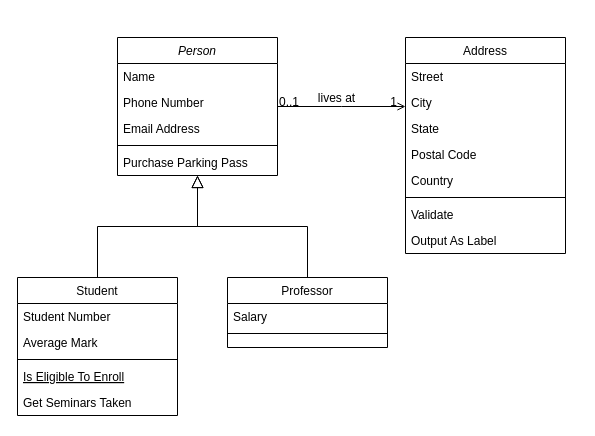
The draw.io diagram Diagramme sans nom.drawio in rosalorca/Pay-My-Buddy, before the edit. Source tidied: cells renumbered, new cells numbered last; positions are measured from the earlier drawing's top-left corner, leaving out a move shared by most shapes. Both pictures are drawn from the tidied source at 100%, with x=0, y=0 at pixel (17, 37).
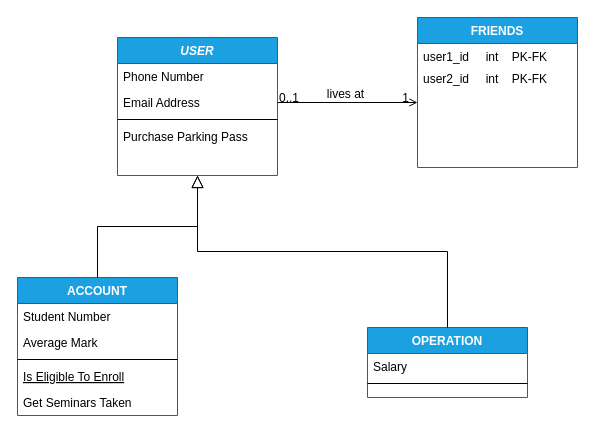
Above is the later version.

Commit message (it also covers changes not shown here):
Mettre à jour Diagramme sans nom.drawio

The edit, as a diff of the source:
```diff
@@
-    <mxCell id="2" value="Person" style="swimlane;fontStyle=2;align=center;verticalAlign=top;horizontal=1;startSize=26;rounded=0;shadow=0;strokeWidth=1;" parent="1" vertex="1">
+    <mxCell id="2" value="USER" style="swimlane;fontStyle=3;align=center;verticalAlign=top;horizontal=1;startSize=26;rounded=0;shadow=0;strokeWidth=1;fillColor=#1ba1e2;fontColor=#ffffff;strokeColor=#006EAF;" parent="1" vertex="1">
       <mxGeometry x="100" width="160" height="138" as="geometry" />
     </mxCell>
-    <mxCell id="3" value="Name" style="text;align=left;verticalAlign=top;spacingLeft=4;spacingRight=4;overflow=hidden;" parent="2" vertex="1">
-      <mxGeometry y="26" width="160" height="26" as="geometry" />
-    </mxCell>
     <mxCell id="4" value="Phone Number" style="text;align=left;verticalAlign=top;spacingLeft=4;spacingRight=4;overflow=hidden;rounded=0;shadow=0;html=0;" parent="2" vertex="1">
-      <mxGeometry y="52" width="160" height="26" as="geometry" />
+      <mxGeometry y="26" width="160" height="26" as="geometry" />
     </mxCell>
     <mxCell id="5" value="Email Address" style="text;align=left;verticalAlign=top;spacingLeft=4;spacingRight=4;overflow=hidden;rounded=0;shadow=0;html=0;" parent="2" vertex="1">
-      <mxGeometry y="78" width="160" height="26" as="geometry" />
+      <mxGeometry y="52" width="160" height="26" as="geometry" />
     </mxCell>
     <mxCell id="6" style="line;html=1;strokeWidth=1;align=left;verticalAlign=middle;spacingTop=-1;spacingLeft=3;spacingRight=3;labelPosition=right;" parent="2" vertex="1">
-      <mxGeometry y="104" width="160" height="8" as="geometry" />
+      <mxGeometry y="78" width="160" height="8" as="geometry" />
     </mxCell>
     <mxCell id="7" value="Purchase Parking Pass" style="text;align=left;verticalAlign=top;spacingLeft=4;spacingRight=4;overflow=hidden;" parent="2" vertex="1">
-      <mxGeometry y="112" width="160" height="26" as="geometry" />
+      <mxGeometry y="86" width="160" height="26" as="geometry" />
     </mxCell>
-    <mxCell id="8" value="Student" style="swimlane;fontStyle=0;align=center;verticalAlign=top;horizontal=1;startSize=26;rounded=0;shadow=0;strokeWidth=1;" parent="1" vertex="1">
+    <mxCell id="8" value="ACCOUNT" style="swimlane;fontStyle=1;align=center;verticalAlign=top;horizontal=1;startSize=26;rounded=0;shadow=0;strokeWidth=1;fillColor=#1ba1e2;fontColor=#ffffff;strokeColor=#006EAF;" parent="1" vertex="1">
       <mxGeometry y="240" width="160" height="138" as="geometry" />
     </mxCell>
@@
-    <mxCell id="15" value="Professor" style="swimlane;fontStyle=0;align=center;verticalAlign=top;horizontal=1;startSize=26;rounded=0;shadow=0;strokeWidth=1;" parent="1" vertex="1">
-      <mxGeometry x="210" y="240" width="160" height="70" as="geometry" />
+    <mxCell id="15" value="OPERATION" style="swimlane;fontStyle=1;align=center;verticalAlign=top;horizontal=1;startSize=26;rounded=0;shadow=0;strokeWidth=1;fillColor=#1ba1e2;fontColor=#ffffff;strokeColor=#006EAF;" parent="1" vertex="1">
+      <mxGeometry x="350" y="290" width="160" height="70" as="geometry" />
     </mxCell>
@@
-    <mxCell id="19" value="Address" style="swimlane;fontStyle=0;align=center;verticalAlign=top;horizontal=1;startSize=26;rounded=0;shadow=0;strokeWidth=1;" parent="1" vertex="1">
-      <mxGeometry x="388" width="160" height="216" as="geometry" />
+    <mxCell id="19" value="FRIENDS" style="swimlane;fontStyle=1;align=center;verticalAlign=top;horizontal=1;startSize=26;rounded=0;shadow=0;strokeWidth=1;fillColor=#1ba1e2;fontColor=#ffffff;strokeColor=#006EAF;" parent="1" vertex="1">
+      <mxGeometry x="400" y="-20" width="160" height="150" as="geometry" />
     </mxCell>
-    <mxCell id="20" value="Street" style="text;align=left;verticalAlign=top;spacingLeft=4;spacingRight=4;overflow=hidden;" parent="19" vertex="1">
-      <mxGeometry y="26" width="160" height="26" as="geometry" />
+    <mxCell id="20" value="user1_id     int    PK-FK" style="text;align=left;verticalAlign=top;spacingLeft=4;spacingRight=4;overflow=hidden;" parent="19" vertex="1">
+      <mxGeometry y="26" width="160" height="22" as="geometry" />
     </mxCell>
-    <mxCell id="21" value="City" style="text;align=left;verticalAlign=top;spacingLeft=4;spacingRight=4;overflow=hidden;rounded=0;shadow=0;html=0;" parent="19" vertex="1">
-      <mxGeometry y="52" width="160" height="26" as="geometry" />
-    </mxCell>
-    <mxCell id="22" value="State" style="text;align=left;verticalAlign=top;spacingLeft=4;spacingRight=4;overflow=hidden;rounded=0;shadow=0;html=0;" parent="19" vertex="1">
-      <mxGeometry y="78" width="160" height="26" as="geometry" />
-    </mxCell>
-    <mxCell id="23" value="Postal Code" style="text;align=left;verticalAlign=top;spacingLeft=4;spacingRight=4;overflow=hidden;rounded=0;shadow=0;html=0;" parent="19" vertex="1">
-      <mxGeometry y="104" width="160" height="26" as="geometry" />
-    </mxCell>
-    <mxCell id="24" value="Country" style="text;align=left;verticalAlign=top;spacingLeft=4;spacingRight=4;overflow=hidden;rounded=0;shadow=0;html=0;" parent="19" vertex="1">
-      <mxGeometry y="130" width="160" height="26" as="geometry" />
-    </mxCell>
-    <mxCell id="25" style="line;html=1;strokeWidth=1;align=left;verticalAlign=middle;spacingTop=-1;spacingLeft=3;spacingRight=3;labelPosition=right;" parent="19" vertex="1">
-      <mxGeometry y="156" width="160" height="8" as="geometry" />
-    </mxCell>
-    <mxCell id="26" value="Validate" style="text;align=left;verticalAlign=top;spacingLeft=4;spacingRight=4;overflow=hidden;" parent="19" vertex="1">
-      <mxGeometry y="164" width="160" height="26" as="geometry" />
-    </mxCell>
-    <mxCell id="27" value="Output As Label" style="text;align=left;verticalAlign=top;spacingLeft=4;spacingRight=4;overflow=hidden;" parent="19" vertex="1">
-      <mxGeometry y="190" width="160" height="26" as="geometry" />
-    </mxCell>
+    <mxCell id="32" value="user2_id     int    PK-FK" style="text;align=left;verticalAlign=top;spacingLeft=4;spacingRight=4;overflow=hidden;" parent="19" vertex="1">
+      <mxGeometry y="48" width="160" height="22" as="geometry" />
+    </mxCell>
```
